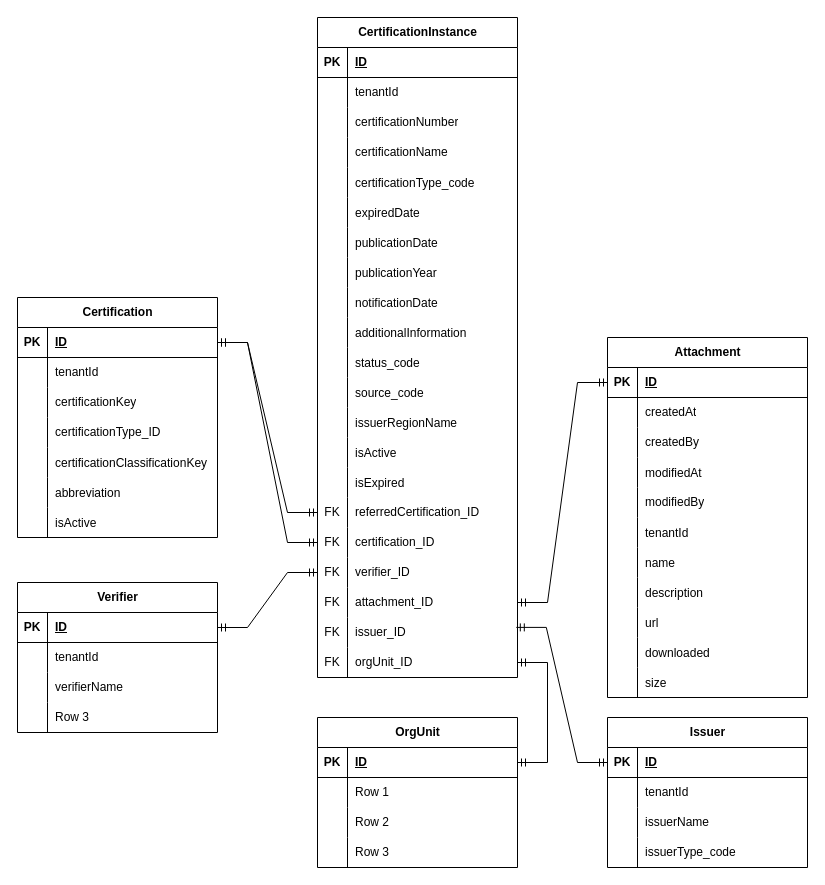
Earlier version of the draw.io diagram page "Page-30" (29 of 29) of certificationService.er.drawio (huangshijie/Drawio). Source tidied: cells renumbered, new cells numbered last; positions are measured from the earlier drawing's top-left corner, leaving out a move shared by most shapes. Both pictures are drawn from the tidied source at 100%, with x=0, y=0 at pixel (17, 17).
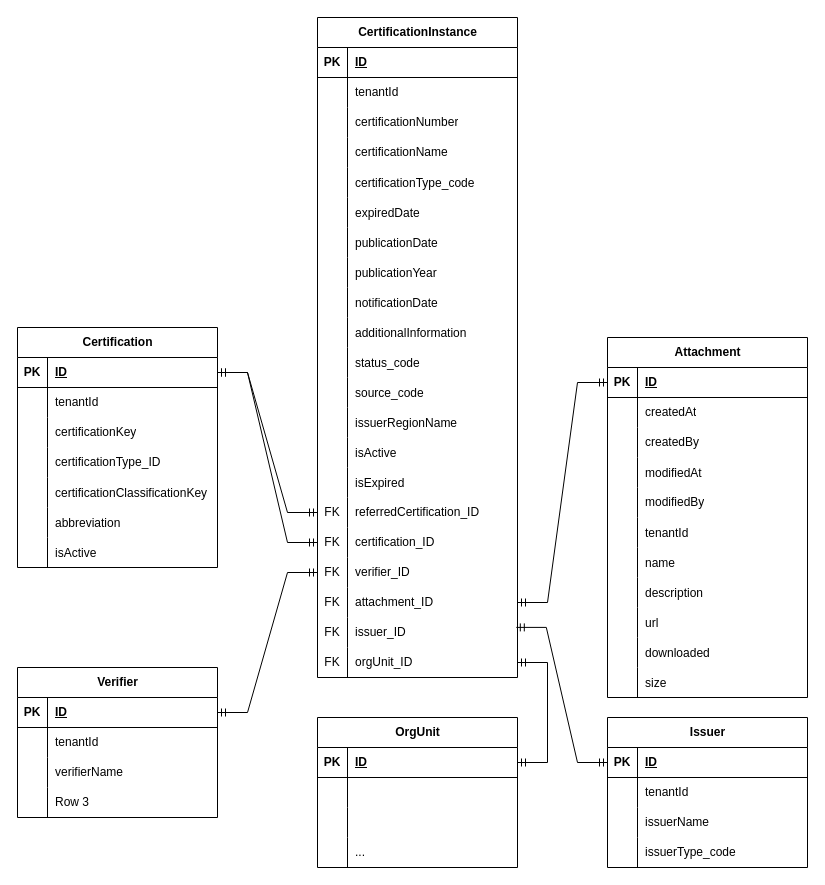
The same diagram, later.

Unchanged cells that the change refers to:
```xml
<mxCell id="157" style="shape=tableRow;horizontal=0;startSize=0;swimlaneHead=0;swimlaneBody=0;fillColor=none;top=0;left=0;right=0;bottom=0;" parent="153" vertex="1">
  <mxGeometry y="60" width="200" height="30" as="geometry" />
</mxCell>
<mxCell id="160" style="shape=tableRow;horizontal=0;startSize=0;swimlaneHead=0;swimlaneBody=0;fillColor=none;top=0;left=0;right=0;bottom=0;" parent="153" vertex="1">
  <mxGeometry y="90" width="200" height="30" as="geometry" />
</mxCell>
<mxCell id="163" style="shape=tableRow;horizontal=0;startSize=0;swimlaneHead=0;swimlaneBody=0;fillColor=none;top=0;left=0;right=0;bottom=0;" parent="153" vertex="1">
  <mxGeometry y="120" width="200" height="30" as="geometry" />
</mxCell>
```

What changed in the source:
```diff
@@
     <mxCell id="79" value="Certification" style="shape=table;startSize=30;childLayout=tableLayout;rowLines=0;fontStyle=1;align=center;html=1;" parent="1" vertex="1">
-      <mxGeometry y="280" width="200" height="240" as="geometry" />
+      <mxGeometry y="310" width="200" height="240" as="geometry" />
     </mxCell>
@@
     <mxCell id="101" value="Verifier" style="shape=table;startSize=30;childLayout=tableLayout;rowLines=0;fontStyle=1;align=center;html=1;" parent="1" vertex="1">
-      <mxGeometry y="565" width="200" height="150" as="geometry" />
+      <mxGeometry y="650" width="200" height="150" as="geometry" />
     </mxCell>
@@
-    <mxCell id="159" value="Row 1" style="shape=partialRectangle;fillColor=none;top=0;left=0;bottom=0;right=0;align=left;spacingLeft=6;overflow=hidden;whiteSpace=wrap;html=1;" parent="157" vertex="1">
+    <mxCell id="159" style="shape=partialRectangle;fillColor=none;top=0;left=0;bottom=0;right=0;align=left;spacingLeft=6;overflow=hidden;whiteSpace=wrap;html=1;" parent="157" vertex="1">
       <mxGeometry x="30" width="170" height="30" as="geometry" />
     </mxCell>
@@
-    <mxCell id="162" value="Row 2" style="shape=partialRectangle;fillColor=none;top=0;left=0;bottom=0;right=0;align=left;spacingLeft=6;overflow=hidden;whiteSpace=wrap;html=1;" parent="160" vertex="1">
+    <mxCell id="162" style="shape=partialRectangle;fillColor=none;top=0;left=0;bottom=0;right=0;align=left;spacingLeft=6;overflow=hidden;whiteSpace=wrap;html=1;" parent="160" vertex="1">
       <mxGeometry x="30" width="170" height="30" as="geometry" />
     </mxCell>
@@
-    <mxCell id="165" value="Row 3" style="shape=partialRectangle;fillColor=none;top=0;left=0;bottom=0;right=0;align=left;spacingLeft=6;overflow=hidden;whiteSpace=wrap;html=1;" parent="163" vertex="1">
+    <mxCell id="165" value="..." style="shape=partialRectangle;fillColor=none;top=0;left=0;bottom=0;right=0;align=left;spacingLeft=6;overflow=hidden;whiteSpace=wrap;html=1;" parent="163" vertex="1">
       <mxGeometry x="30" width="170" height="30" as="geometry" />
     </mxCell>
```
